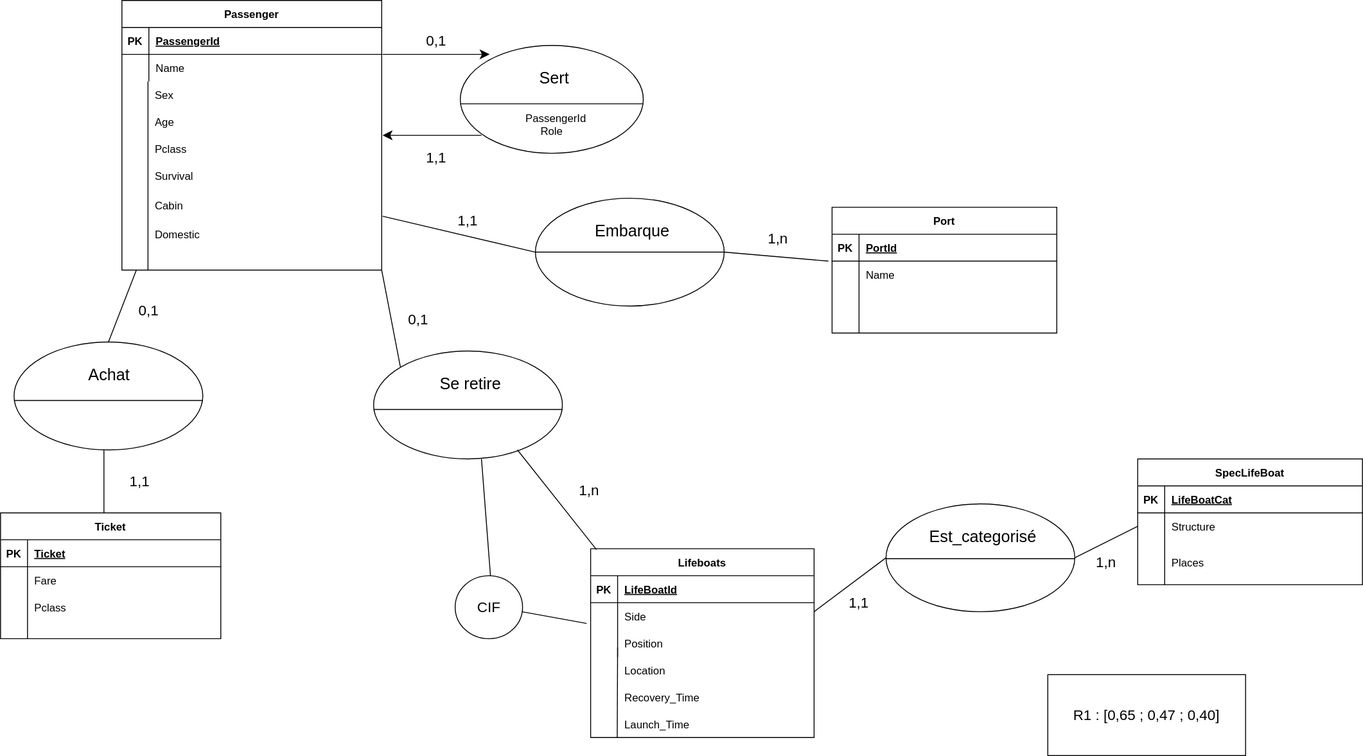
The draw.io diagram SEA TITANIC.drawio.svg in nico38t/SAE-1.04-TITANIC, before a commit. Source tidied: cells renumbered, new cells last; positions are measured from the earlier drawing's top-left corner, leaving out a move shared by most shapes.
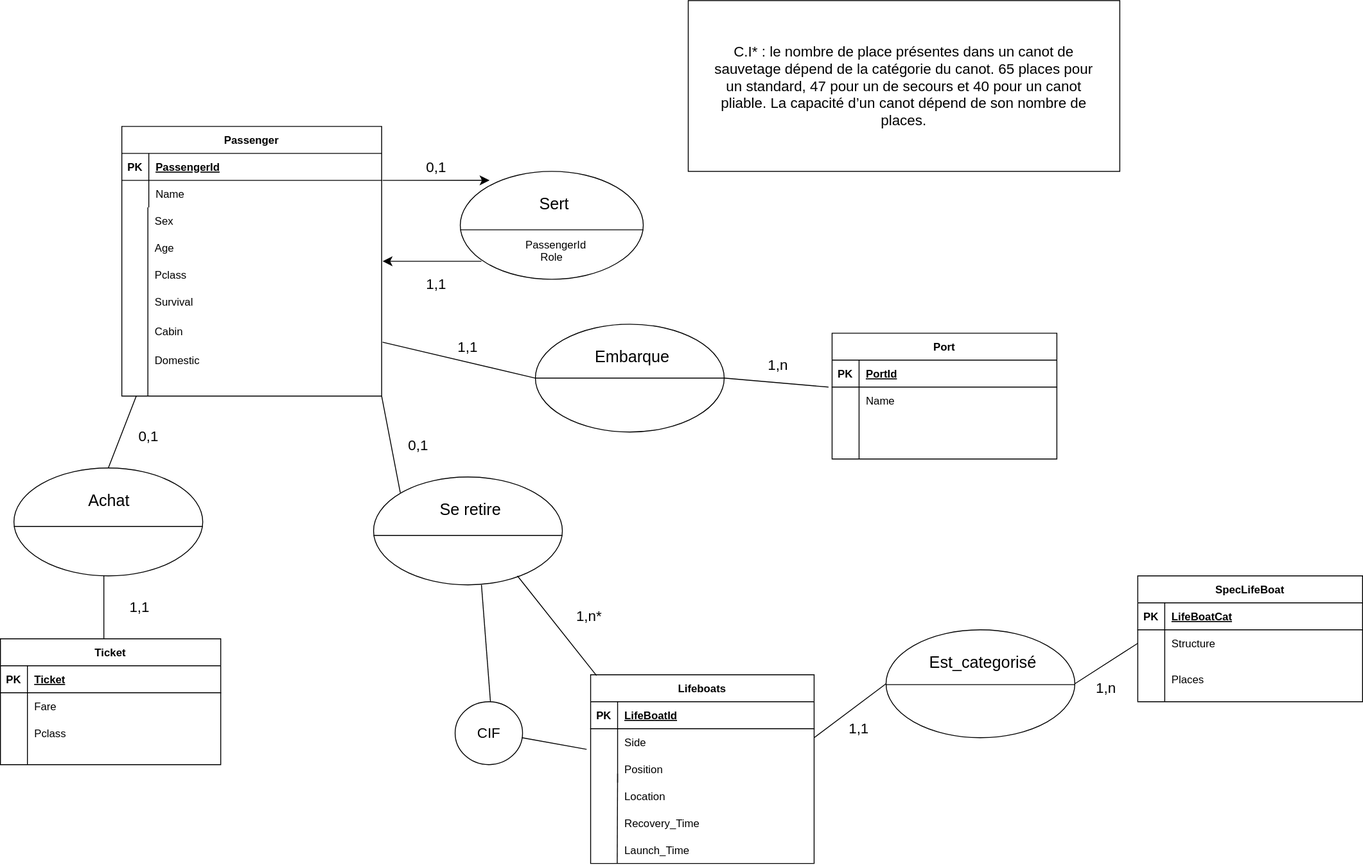
Above is the later version.

Diff of the diagram source:
```diff
@@ -242,7 +242,7 @@
         <mxPoint x="575" y="500" as="sourcePoint" />
       </mxGeometry>
     </mxCell>
-    <mxCell id="73" value="1,n" style="text;strokeColor=none;align=center;fillColor=none;html=1;verticalAlign=middle;whiteSpace=wrap;rounded=0;fontSize=16;" parent="1" vertex="1">
+    <mxCell id="73" value="1,n*" style="text;strokeColor=none;align=center;fillColor=none;html=1;verticalAlign=middle;whiteSpace=wrap;rounded=0;fontSize=16;" parent="1" vertex="1">
       <mxGeometry x="625" y="520" width="60" height="50" as="geometry" />
     </mxCell>
     <mxCell id="74" style="endArrow=none;html=1;rounded=0;fontSize=12;startSize=8;endSize=8;curved=1;entryX=0;entryY=0;entryDx=0;entryDy=0;" parent="1" edge="1">
@@ -299,7 +299,7 @@
       <mxGeometry x="1050" y="630" width="80" height="50" as="geometry" />
     </mxCell>
     <mxCell id="88" value="SpecLifeBoat" style="shape=table;startSize=30;rowLines=0;fontStyle=1;align=center;" parent="1" vertex="1">
-      <mxGeometry x="1265" y="510" width="250" height="140" as="geometry" />
+      <mxGeometry x="1265" y="500" width="250" height="140" as="geometry" />
     </mxCell>
     <mxCell id="89" style="shape=partialRectangle;fillColor=none;top=0;left=0;right=0;bottom=1;" parent="88" vertex="1">
       <mxGeometry y="30" width="250" height="30" as="geometry" />
@@ -342,8 +342,8 @@
         <mxPoint x="535" y="510" as="targetPoint" />
       </mxGeometry>
     </mxCell>
-    <mxCell id="101" value="R1 : [0,65 ; 0,47 ; 0,40]" style="rounded=0;whiteSpace=wrap;html=1;fontSize=16;" parent="1" vertex="1">
-      <mxGeometry x="1165" y="750" width="220" height="90" as="geometry" />
+    <mxCell id="101" style="rounded=0;whiteSpace=wrap;html=1;fontSize=16;" parent="1" vertex="1">
+      <mxGeometry x="765" y="-140" width="480" height="190" as="geometry" />
     </mxCell>
     <mxCell id="102" style="endArrow=none;html=1;rounded=0;fontSize=12;startSize=8;endSize=8;curved=1;entryX=0;entryY=0.5;entryDx=0;entryDy=0;" parent="1" edge="1" target="84">
       <mxGeometry relative="1" as="geometry">
@@ -361,5 +361,8 @@
     <mxCell id="105" value="1,n" style="text;strokeColor=none;align=center;fillColor=none;html=1;verticalAlign=middle;whiteSpace=wrap;rounded=0;fontSize=16;" parent="1" vertex="1">
       <mxGeometry x="1195" y="600" width="70" height="50" as="geometry" />
     </mxCell>
+    <mxCell id="106" value="C.I* : le nombre de place présentes dans un canot de sauvetage dépend de la catégorie du canot. 65 places pour un standard, 47 pour un de secours et 40 pour un canot pliable. La capacité d’un canot dépend de son nombre de places. " style="text;strokeColor=none;align=center;fillColor=none;html=1;verticalAlign=middle;whiteSpace=wrap;rounded=0;fontSize=16;" parent="1" vertex="1">
+      <mxGeometry x="790" y="-110" width="430" height="130" as="geometry" />
+    </mxCell>
   </root>
 </mxGraphModel>
```
